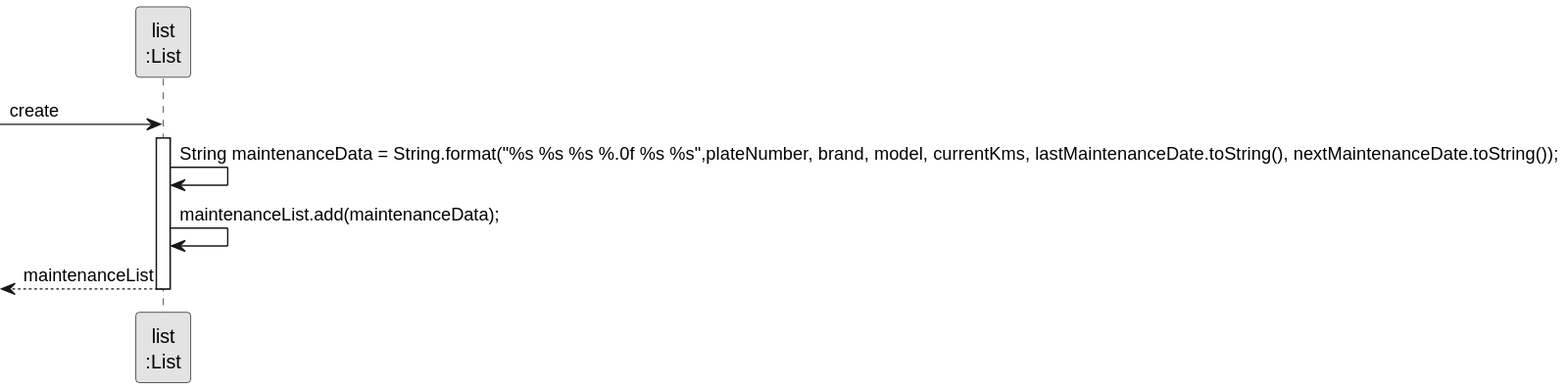
The PlantUML diagram docs/sprint3/us008/03.design/svg/us008-sequence-diagram-partial-create-list.svg in tiagosoa/lei-24-s2-1dgh-g073, before a commit.
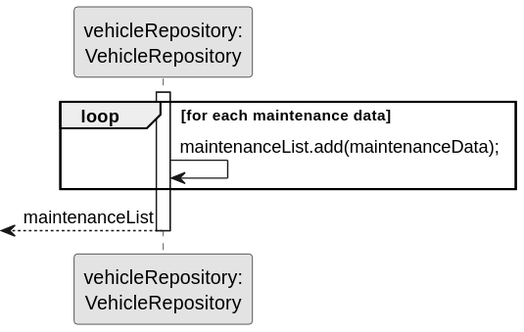
Above is the later version.

The edit, as a diff of the source:
```diff
@@ -3,14 +3,12 @@
 skinparam packageStyle rectangle
 skinparam shadowing false
 
-participant "list\n:List" as LISTA
-            -> LISTA**: create
+participant "vehicleRepository:\nVehicleRepository" as VR
+            loop for each maintenance data
+            activate VR
+            VR -> VR:                maintenanceList.add(maintenanceData);
+end
+                <-- VR : maintenanceList
 
-            activate LISTA
-            LISTA -> LISTA: String maintenanceData = String.format("%s %s %s %.0f %s %s",plateNumber, brand, model, currentKms, lastMaintenanceDate.toString(), nextMaintenanceDate.toString());
-            LISTA -> LISTA:                maintenanceList.add(maintenanceData);
-
-                <-- LISTA : maintenanceList
-
-            deactivate LISTA
+            deactivate VR
 @enduml
```
